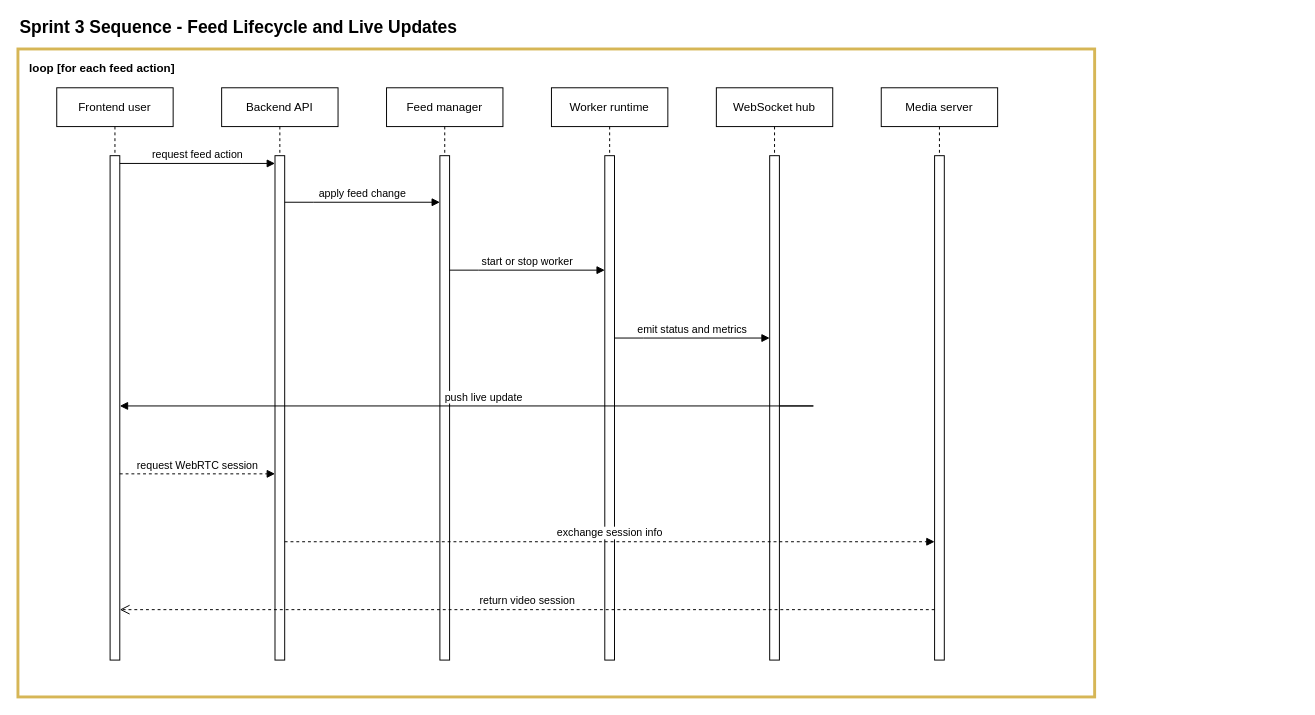
The draw.io diagram report-latex/figures/drawio/sprint3_sequence.drawio in Salmen-BA21/Queue-Wait-Time-Estimation, before the edit. Source tidied: cells renumbered, new cells numbered last; positions are measured from the earlier drawing's top-left corner, leaving out a move shared by most shapes. Both pictures are drawn from the tidied source at 97%, with x=0, y=0 at pixel (17, 17).
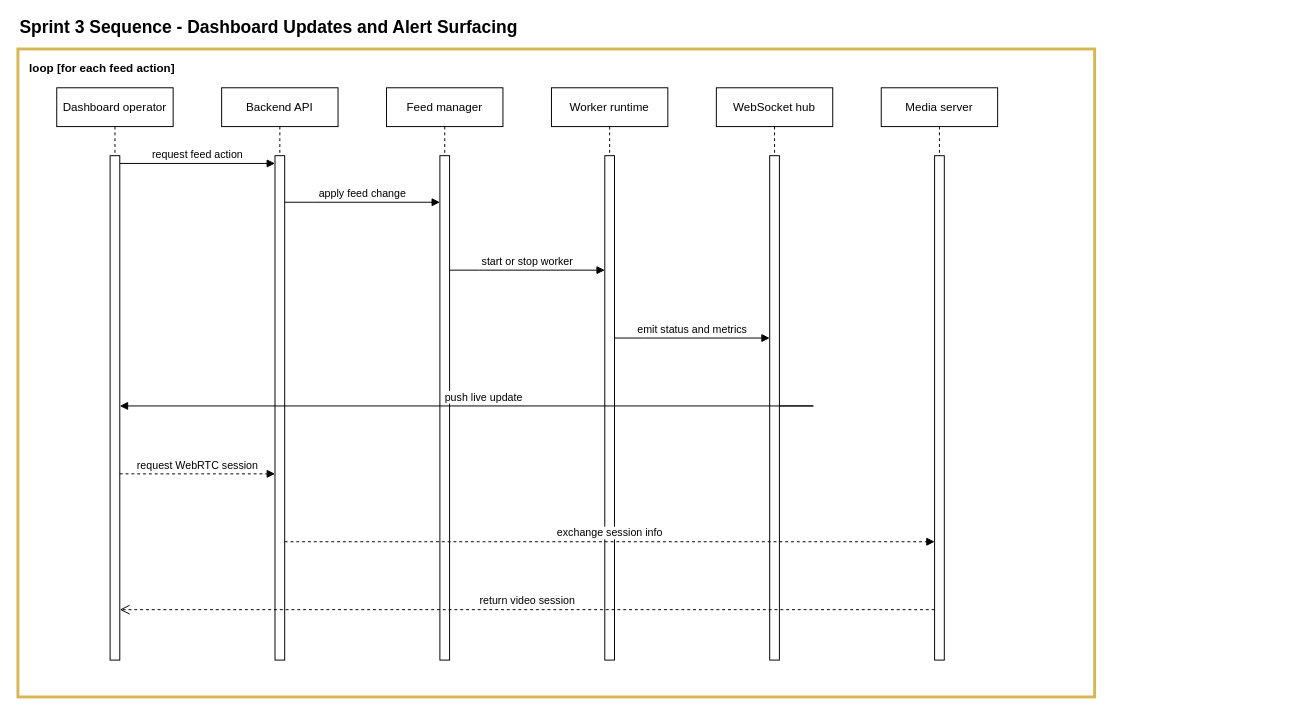
After the change.

The change refers to these unchanged cells:
```xml
<mxCell id="2" style="group;" parent="1" vertex="1">
  <mxGeometry width="1320" height="700" as="geometry" />
</mxCell>
```

The edit, as a diff of the source:
```diff
@@
-    <mxCell id="3" value="Sprint 3 Sequence - Feed Lifecycle and Live Updates" style="text;html=1;strokeColor=none;fillColor=none;align=left;verticalAlign=middle;fontStyle=1;fontSize=18;" parent="2" vertex="1">
+    <mxCell id="3" value="Sprint 3 Sequence - Dashboard Updates and Alert Surfacing" style="text;html=1;strokeColor=none;fillColor=none;align=left;verticalAlign=middle;fontStyle=1;fontSize=18;" parent="2" vertex="1">
       <mxGeometry width="720" height="20" as="geometry" />
     </mxCell>
@@
-    <mxCell id="5" value="Frontend user" style="shape=umlLifeline;perimeter=lifelinePerimeter;whiteSpace=wrap;html=1;newEdgeStyle={&quot;edgeStyle&quot;:&quot;elbowEdgeStyle&quot;,&quot;elbow&quot;:&quot;vertical&quot;,&quot;curved&quot;:0,&quot;rounded&quot;:0};" parent="2" vertex="1">
+    <mxCell id="5" value="Dashboard operator" style="shape=umlLifeline;perimeter=lifelinePerimeter;whiteSpace=wrap;html=1;newEdgeStyle={&quot;edgeStyle&quot;:&quot;elbowEdgeStyle&quot;,&quot;elbow&quot;:&quot;vertical&quot;,&quot;curved&quot;:0,&quot;rounded&quot;:0};" parent="2" vertex="1">
       <mxGeometry x="40" y="72" width="120" height="300" as="geometry" />
     </mxCell>
```
